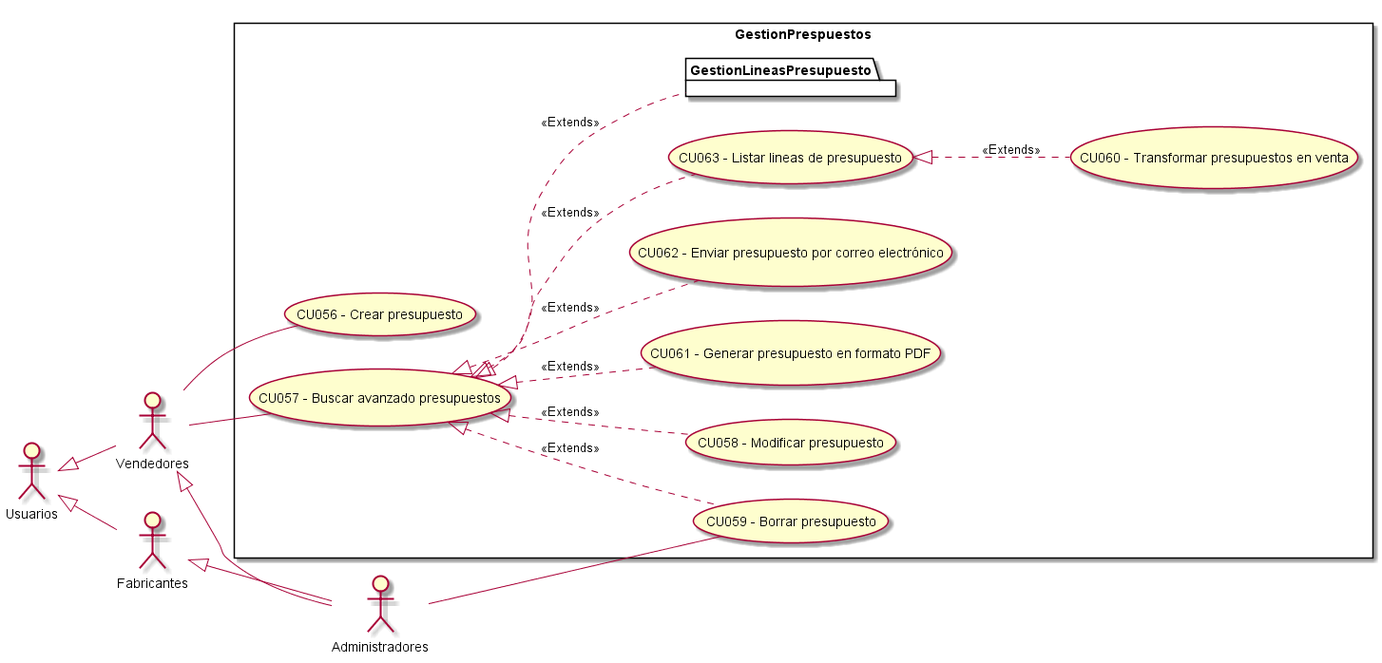
This is Informe Final/Imagenes/ModeladoDeCasosDeUso/DiagramaDeCasosDeUso/GestionPresupuestos.png from ZMGestion/DocumentacionZMGestion, a PlantUML export, as it was before one commit. Its diagram source:
```plantuml
@startuml GestionPresupuestos
top to bottom direction
:Usuarios:
:Administradores:
:Vendedores:
:Fabricantes:

Usuarios <|-- Vendedores
Usuarios <|-- Fabricantes
Vendedores <|-- Administradores
Fabricantes <|-- Administradores

 left to right direction

rectangle GestionPrespuestos{
    UseCase "CU056 - Crear presupuesto" as C
    UseCase "CU057 - Buscar avanzado presupuestos" as BA
    UseCase "CU058 - Modificar presupuesto" as M
    UseCase "CU059 - Borrar presupuesto" as B
    UseCase "CU060 - Transformar presupuestos en venta" as Transformar
    UseCase "CU061 - Generar presupuesto en formato PDF" as PDF
    UseCase "CU062 - Enviar presupuesto por correo electrónico" as Enviar
    UseCase "CU063 - Listar lineas de presupuesto" as Listar
    package GestionLineasPresupuesto{
    }

    BA <|.. M : <<Extends>>
    BA <|.. B : <<Extends>>
    Listar <|.. Transformar : <<Extends>>
    BA <|.. GestionLineasPresupuesto : <<Extends>>
    BA <|.. PDF : <<Extends>>
    BA <|.. Enviar : <<Extends>>
    BA <|.. Listar: <<Extends>>
}
    Vendedores -- C
    Vendedores -- BA
    Administradores -- B

@enduml
```
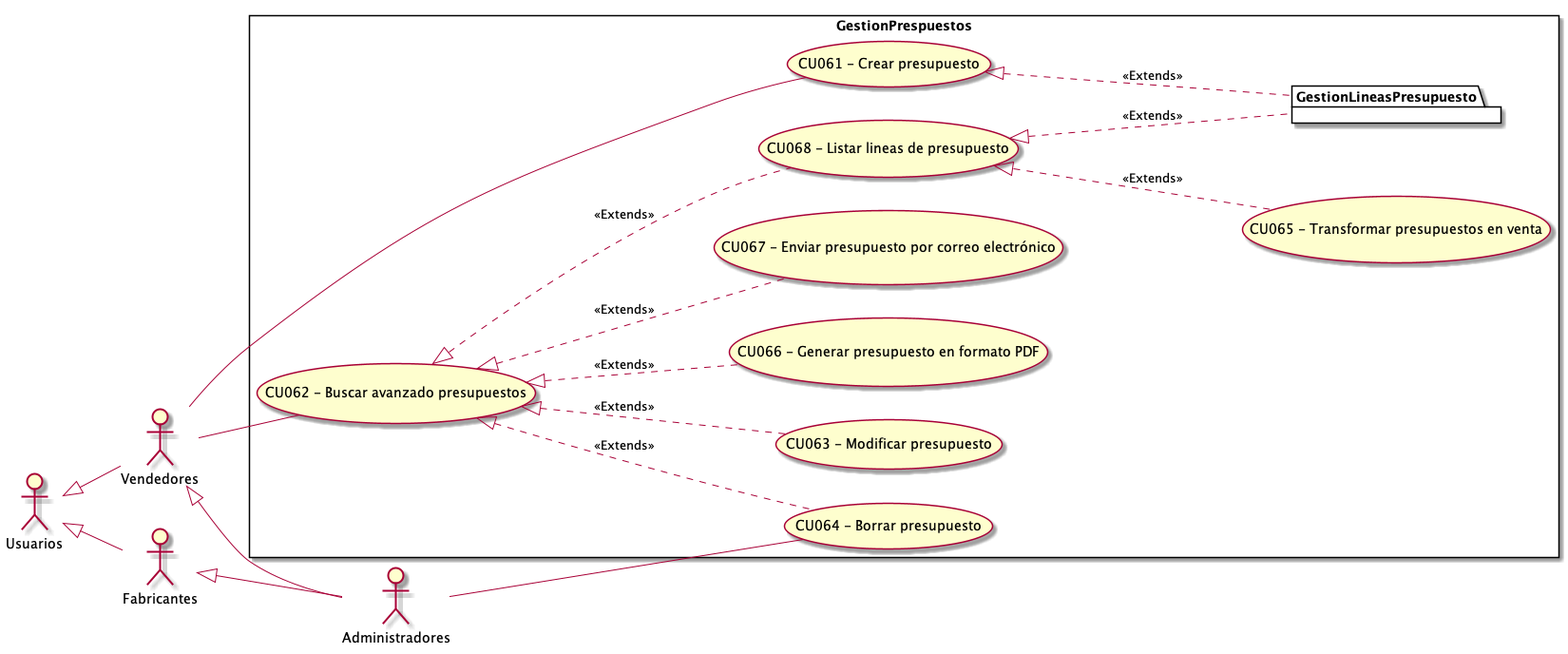
Later version of the same file.

What changed in the source:
```diff
@@ -13,21 +13,22 @@
  left to right direction
 
 rectangle GestionPrespuestos{
-    UseCase "CU056 - Crear presupuesto" as C
-    UseCase "CU057 - Buscar avanzado presupuestos" as BA
-    UseCase "CU058 - Modificar presupuesto" as M
-    UseCase "CU059 - Borrar presupuesto" as B
-    UseCase "CU060 - Transformar presupuestos en venta" as Transformar
-    UseCase "CU061 - Generar presupuesto en formato PDF" as PDF
-    UseCase "CU062 - Enviar presupuesto por correo electrónico" as Enviar
-    UseCase "CU063 - Listar lineas de presupuesto" as Listar
+    UseCase "CU061 - Crear presupuesto" as C
+    UseCase "CU062 - Buscar avanzado presupuestos" as BA
+    UseCase "CU063 - Modificar presupuesto" as M
+    UseCase "CU064 - Borrar presupuesto" as B
+    UseCase "CU065 - Transformar presupuestos en venta" as Transformar
+    UseCase "CU066 - Generar presupuesto en formato PDF" as PDF
+    UseCase "CU067 - Enviar presupuesto por correo electrónico" as Enviar
+    UseCase "CU068 - Listar lineas de presupuesto" as Listar
     package GestionLineasPresupuesto{
     }
 
     BA <|.. M : <<Extends>>
     BA <|.. B : <<Extends>>
     Listar <|.. Transformar : <<Extends>>
-    BA <|.. GestionLineasPresupuesto : <<Extends>>
+    Listar <|.. GestionLineasPresupuesto : <<Extends>>
+    C <|.. GestionLineasPresupuesto : <<Extends>>
     BA <|.. PDF : <<Extends>>
     BA <|.. Enviar : <<Extends>>
     BA <|.. Listar: <<Extends>>
```
